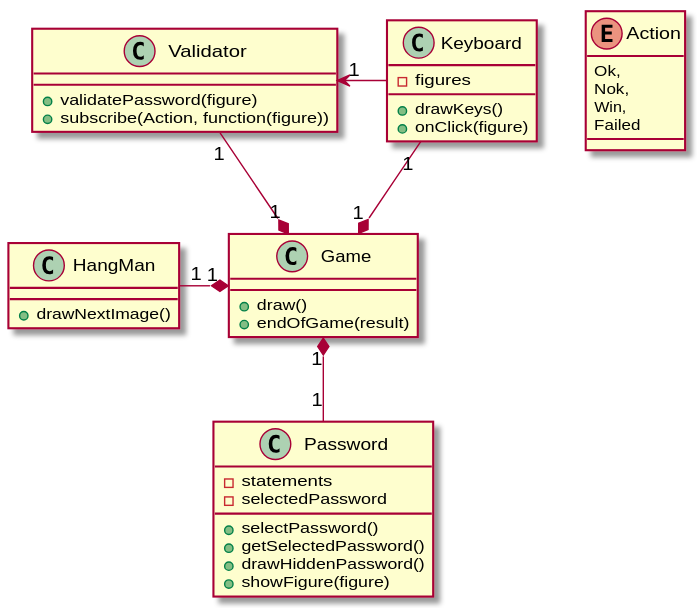
Above: doc/class_diagram.svg in JeraldStarr/Hang-Man (PlantUML), before the change. Its source is kept beside it as doc/class_diagram.plantuml. Source of this version:
```plantuml
@startuml
class Keyboard {
    + drawKeys()
    + onClick(figure)
    - figures
}
class Password {
    + selectPassword()
    + getSelectedPassword()
    + drawHiddenPassword()
    + showFigure(figure)
    - statements
    - selectedPassword
}
class HangMan {
    + drawNextImage()
}
class Validator {
    + validatePassword(figure)
    + subscribe(Action, function(figure))
}
class Game {
    + draw()
    + endOfGame(result)
}

enum Action {
    Ok,
    Nok,
    Win,
    Failed
}

Keyboard "1" --* "1" Game
Game "1" *-left- "1" HangMan
Game "1" *-- "1" Password
Game "1" *-- "1" Validator


Keyboard -left-> "1" Validator
@enduml
```
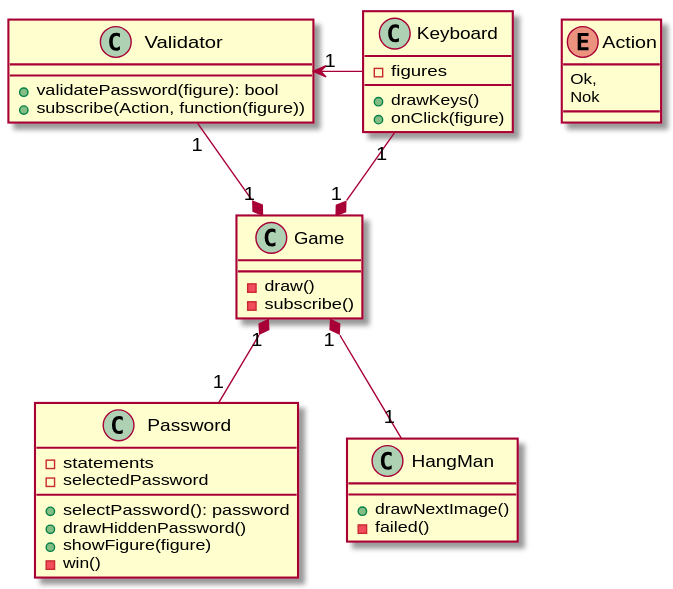
Later version of the same file.

Commit message:
Added sequence_diagram and changed class_diagram.

What changed in the source:
```diff
@@ -1,38 +1,38 @@
 @startuml
+
 class Keyboard {
     + drawKeys()
     + onClick(figure)
     - figures
 }
 class Password {
-    + selectPassword()
-    + getSelectedPassword()
+    + selectPassword(): password
     + drawHiddenPassword()
     + showFigure(figure)
+    - win()
     - statements
     - selectedPassword
 }
 class HangMan {
     + drawNextImage()
+    - failed()
 }
 class Validator {
-    + validatePassword(figure)
+    + validatePassword(figure): bool
     + subscribe(Action, function(figure))
 }
 class Game {
-    + draw()
-    + endOfGame(result)
+    - draw()
+    - subscribe()
 }
 
 enum Action {
     Ok,
-    Nok,
-    Win,
-    Failed
+    Nok
 }
 
 Keyboard "1" --* "1" Game
-Game "1" *-left- "1" HangMan
+Game "1" *-- "1" HangMan
 Game "1" *-- "1" Password
 Game "1" *-- "1" Validator
 
```
